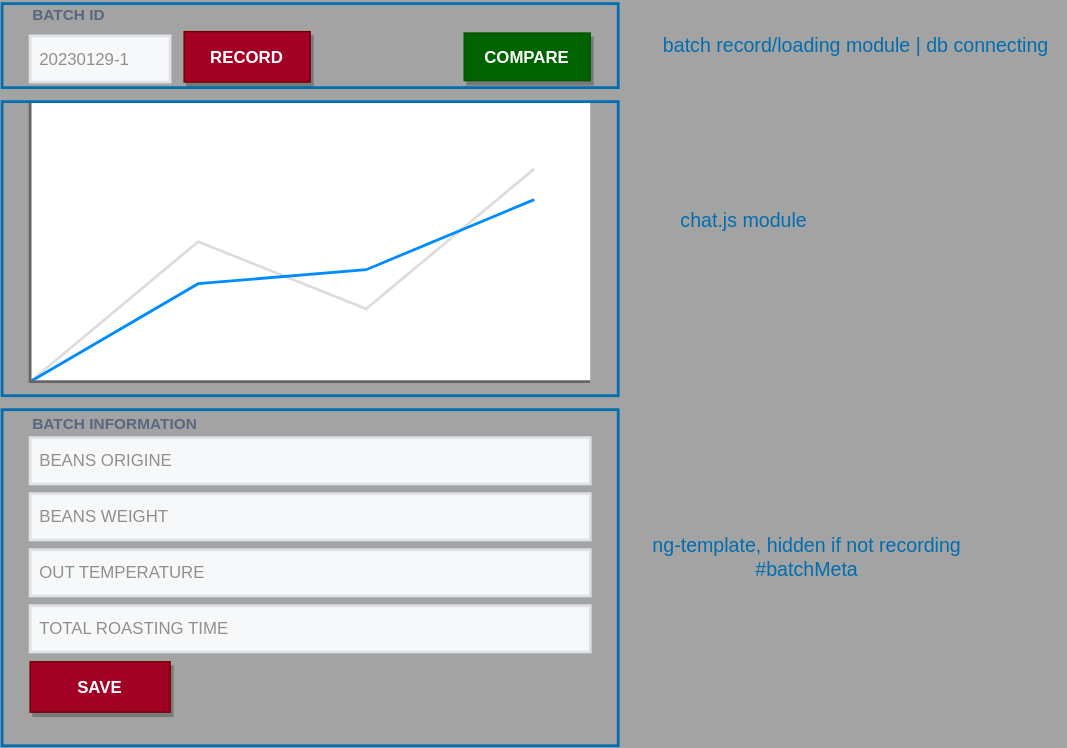
Earlier version of the draw.io export ux/mockup.drawio.svg (SuperJSBros/roaster-monitor-web). Source tidied: cells renumbered, new cells last; positions are measured from the earlier drawing's top-left corner, leaving out a move shared by most shapes.
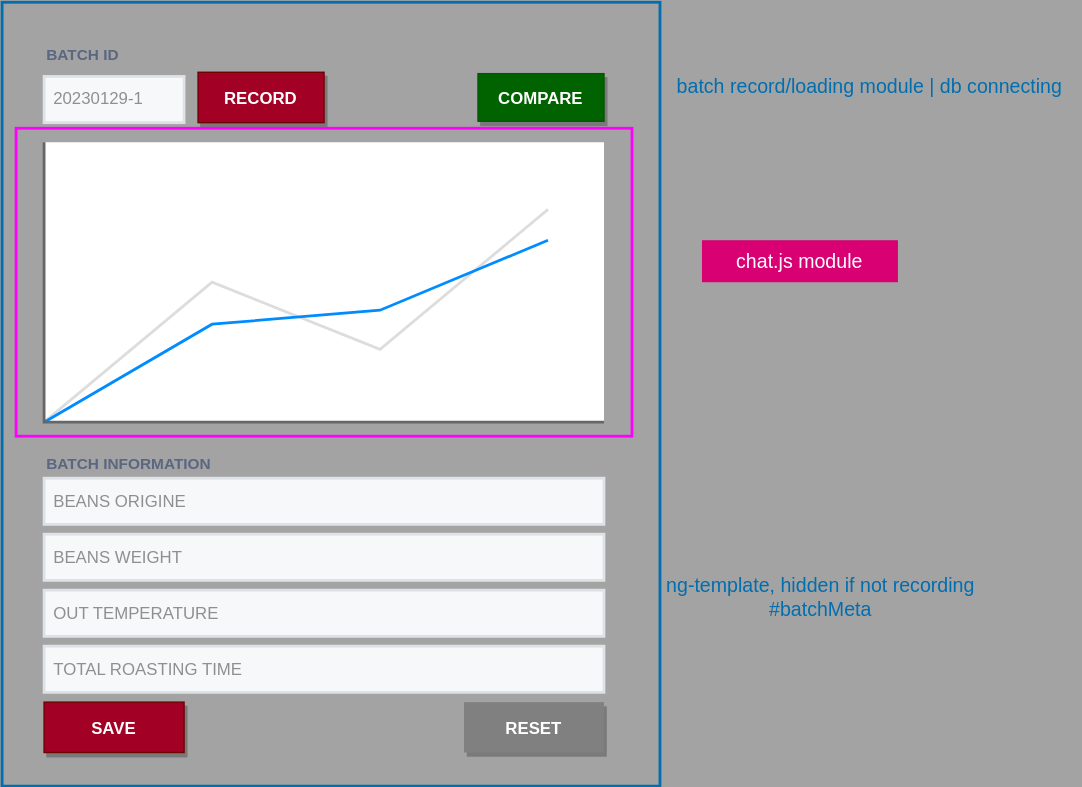
The same file after the commit.

What changed in the source:
```diff
@@ -35,22 +35,22 @@
     <mxCell id="12" value="BATCH INFORMATION" style="fillColor=none;strokeColor=none;html=1;fontSize=11;fontStyle=0;align=left;fontColor=#596780;fontStyle=1;fontSize=11;rounded=0;" parent="1" vertex="1">
       <mxGeometry x="20" y="292" width="240" height="20" as="geometry" />
     </mxCell>
+    <mxCell id="20" value="RESET" style="dashed=0;align=center;fontSize=12;shape=rect;fillColor=#808080;strokeColor=none;fontStyle=1;shadow=1;fontColor=#ffffff;rounded=0;" parent="1" vertex="1">
+      <mxGeometry x="320" y="472" width="100" height="36" as="geometry" />
+    </mxCell>
     <mxCell id="13" value="ng components" parent="0" />
     <mxCell id="14" style="rounded=0;whiteSpace=wrap;html=1;fillColor=none;strokeColor=#006EAF;strokeWidth=2;fontColor=#ffffff;" parent="13" vertex="1">
-      <mxGeometry y="292" width="440" height="240" as="geometry" />
+      <mxGeometry x="-10" y="-28" width="470" height="560" as="geometry" />
     </mxCell>
     <mxCell id="15" value="ng-template, hidden if not recording&lt;br&gt;#batchMeta" style="text;html=1;strokeColor=none;fillColor=none;align=center;verticalAlign=middle;whiteSpace=wrap;rounded=0;sketch=0;strokeWidth=2;fontSize=14;fontColor=#006eaf;" parent="13" vertex="1">
       <mxGeometry x="460" y="382" width="230" height="30" as="geometry" />
     </mxCell>
-    <mxCell id="16" style="rounded=0;whiteSpace=wrap;html=1;fillColor=none;strokeColor=#006EAF;strokeWidth=2;fontColor=#ffffff;" parent="13" vertex="1">
-      <mxGeometry y="72" width="440" height="210" as="geometry" />
+    <mxCell id="16" style="rounded=0;whiteSpace=wrap;html=1;fillColor=none;strokeColor=#FF00FF;strokeWidth=2;fontColor=#ffffff;" parent="13" vertex="1">
+      <mxGeometry y="62" width="440" height="220" as="geometry" />
     </mxCell>
-    <mxCell id="17" value="chat.js module" style="text;html=1;strokeColor=none;fillColor=none;align=center;verticalAlign=middle;whiteSpace=wrap;rounded=0;sketch=0;strokeWidth=2;fontSize=14;fontColor=#006eaf;" parent="13" vertex="1">
-      <mxGeometry x="460" y="142" width="140" height="30" as="geometry" />
+    <mxCell id="17" value="chat.js module" style="text;html=1;strokeColor=none;fillColor=#d80073;align=center;verticalAlign=middle;whiteSpace=wrap;rounded=0;sketch=0;strokeWidth=2;fontSize=14;fontColor=#ffffff;" parent="13" vertex="1">
+      <mxGeometry x="490" y="142" width="140" height="30" as="geometry" />
     </mxCell>
-    <mxCell id="18" style="rounded=0;whiteSpace=wrap;html=1;fillColor=none;strokeColor=#006EAF;strokeWidth=2;fontColor=#ffffff;" parent="13" vertex="1">
-      <mxGeometry y="2" width="440" height="60" as="geometry" />
-    </mxCell>
     <mxCell id="19" value="batch record/loading module | db connecting" style="text;html=1;strokeColor=none;fillColor=none;align=center;verticalAlign=middle;whiteSpace=wrap;rounded=0;sketch=0;strokeWidth=2;fontSize=14;fontColor=#006eaf;" parent="13" vertex="1">
       <mxGeometry x="460" y="17" width="300" height="30" as="geometry" />
     </mxCell>
```
